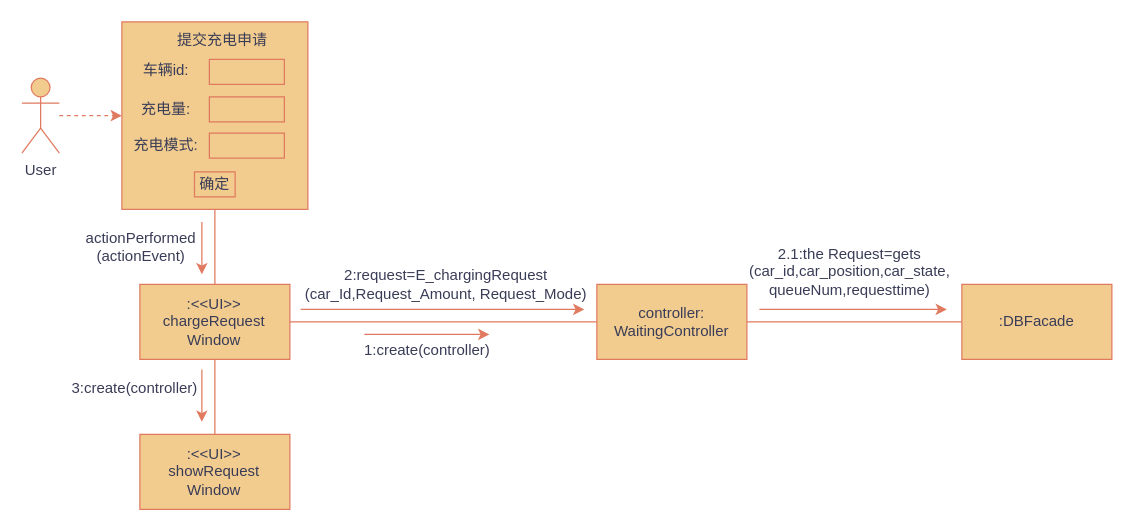
uk-pk-mkk/OOD-UML keeps this draw.io diagram as 2.1.1.drawio. Above is the earlier version. Source tidied: cells renumbered, new cells numbered last; positions are measured from the earlier drawing's top-left corner, leaving out a move shared by most shapes. Both pictures are drawn from the tidied source at 125%, with x=0, y=0 at pixel (21, 21).
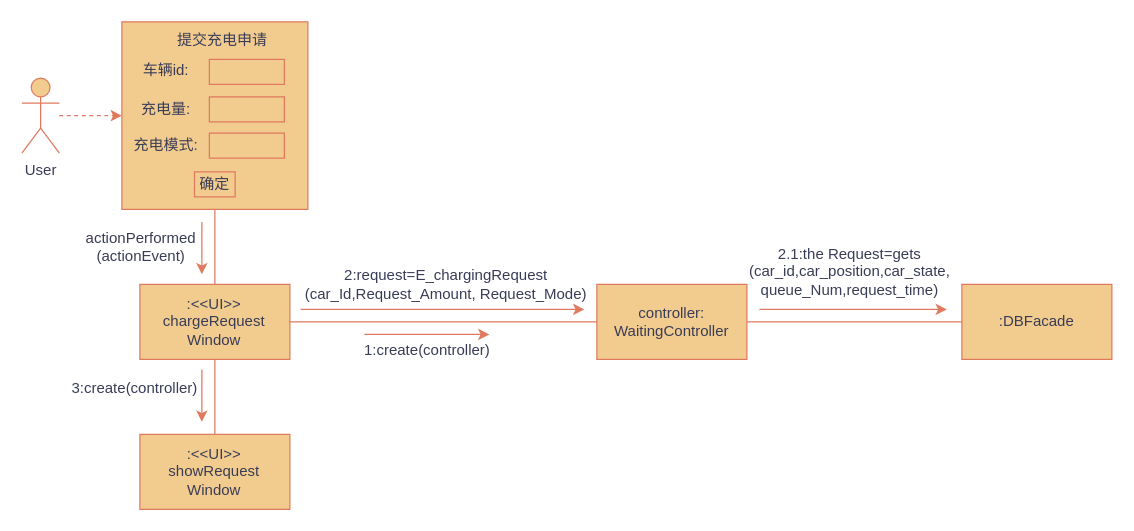
The same diagram, later.

The edit, as a diff of the source:
```diff
@@
-    <mxCell id="24" value="2.1:the Request=gets&lt;div&gt;(car_id,car_position,car_state,&lt;/div&gt;&lt;div&gt;queueNum,requesttime)&lt;/div&gt;" style="text;html=1;align=center;verticalAlign=middle;strokeColor=none;fillColor=none;rounded=0;labelBackgroundColor=none;fontColor=#393C56;" parent="1" vertex="1">
+    <mxCell id="24" value="2.1:the Request=gets&lt;div&gt;(car_id,car_position,car_state,&lt;/div&gt;&lt;div&gt;queue_Num,request_time)&lt;/div&gt;" style="text;html=1;align=center;verticalAlign=middle;strokeColor=none;fillColor=none;rounded=0;labelBackgroundColor=none;fontColor=#393C56;" parent="1" vertex="1">
       <mxGeometry x="572" y="170" width="180" height="60" as="geometry" />
     </mxCell>
```
